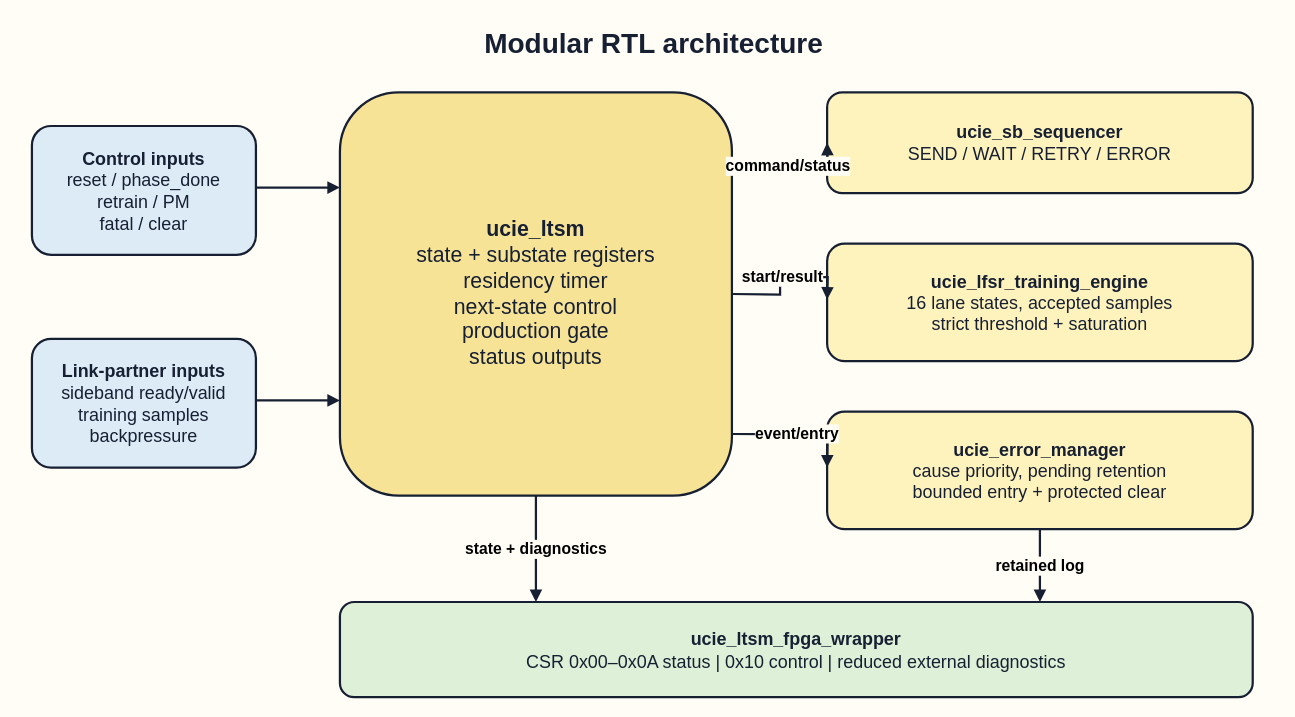
Earlier version of the draw.io diagram journal/figures/source/fig02_rtl_architecture.drawio (Varadain/ucie-ltsm). Source tidied: cells renumbered, new cells numbered last; positions are measured from the earlier drawing's top-left corner, leaving out a move shared by most shapes. Both pictures are drawn from the tidied source at 112%, with x=0, y=0 at pixel (31, 19).
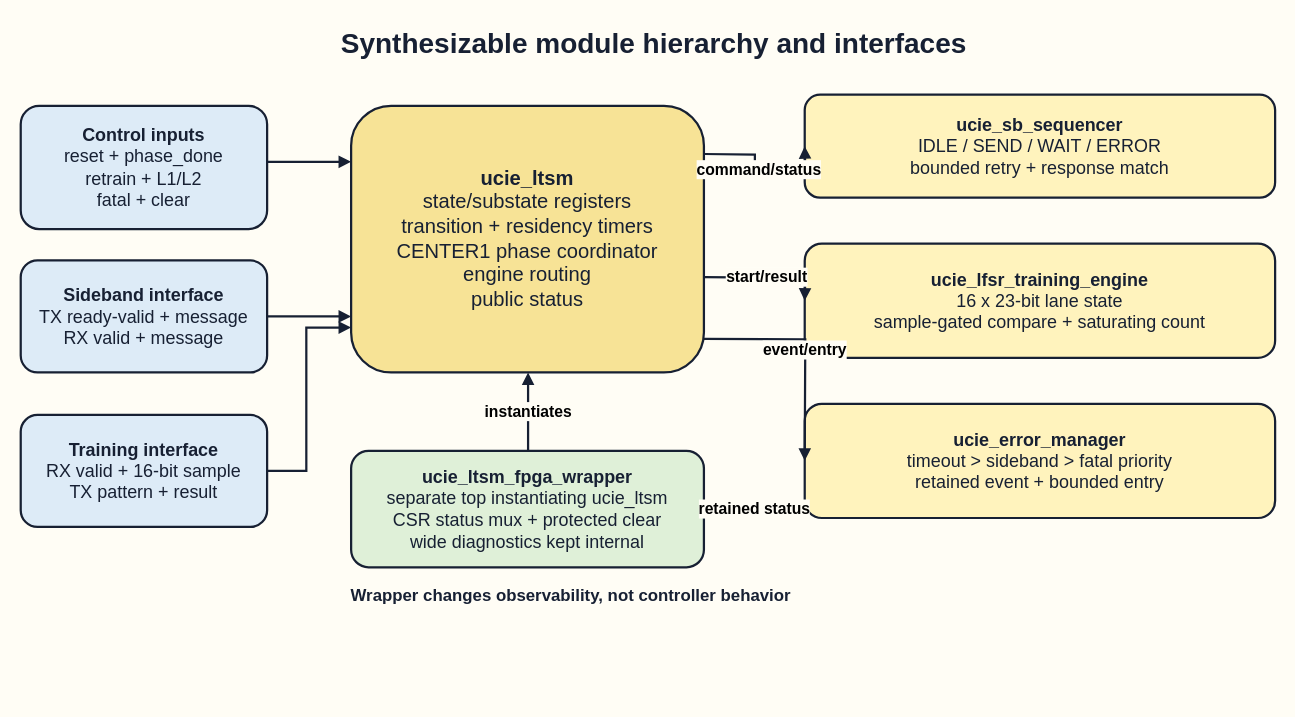
Above is the later version.

What changed in the source:
```diff
@@
-    <mxCell id="2" value="Modular RTL architecture" style="text;html=1;align=center;verticalAlign=middle;fontFamily=Arial;fontSize=25;fontStyle=1;fontColor=#172033;" parent="1" vertex="1">
+    <mxCell id="2" value="Synthesizable module hierarchy and interfaces" style="text;html=1;align=center;verticalAlign=middle;fontFamily=Arial;fontSize=25;fontStyle=1;fontColor=#172033;" parent="1" vertex="1">
       <mxGeometry x="155" width="800" height="40" as="geometry" />
     </mxCell>
-    <mxCell id="3" value="&lt;b&gt;Control inputs&lt;/b&gt;&lt;br&gt;reset / phase_done&lt;br&gt;retrain / PM&lt;br&gt;fatal / clear" style="rounded=1;whiteSpace=wrap;html=1;fillColor=#DDEBF7;strokeColor=#172033;strokeWidth=2;fontFamily=Arial;fontSize=16;fontColor=#172033;dashed=0;spacing=8;" parent="1" vertex="1">
-      <mxGeometry y="95" width="200" height="115" as="geometry" />
+    <mxCell id="3" value="&lt;b&gt;Control inputs&lt;/b&gt;&lt;br&gt;reset + phase_done&lt;br&gt;retrain + L1/L2&lt;br&gt;fatal + clear" style="rounded=1;whiteSpace=wrap;html=1;fillColor=#DDEBF7;strokeColor=#172033;strokeWidth=2;fontFamily=Arial;fontSize=16;fontColor=#172033;dashed=0;spacing=8;" parent="1" vertex="1">
+      <mxGeometry x="-10" y="77" width="220" height="110" as="geometry" />
     </mxCell>
-    <mxCell id="4" value="&lt;b&gt;Link-partner inputs&lt;/b&gt;&lt;br&gt;sideband ready/valid&lt;br&gt;training samples&lt;br&gt;backpressure" style="rounded=1;whiteSpace=wrap;html=1;fillColor=#DDEBF7;strokeColor=#172033;strokeWidth=2;fontFamily=Arial;fontSize=16;fontColor=#172033;dashed=0;spacing=8;" parent="1" vertex="1">
-      <mxGeometry y="285" width="200" height="115" as="geometry" />
+    <mxCell id="4" value="&lt;b&gt;Sideband interface&lt;/b&gt;&lt;br&gt;TX ready-valid + message&lt;br&gt;RX valid + message" style="rounded=1;whiteSpace=wrap;html=1;fillColor=#DDEBF7;strokeColor=#172033;strokeWidth=2;fontFamily=Arial;fontSize=16;fontColor=#172033;dashed=0;spacing=8;" parent="1" vertex="1">
+      <mxGeometry x="-10" y="215" width="220" height="100" as="geometry" />
     </mxCell>
-    <mxCell id="5" value="&lt;b&gt;ucie_ltsm&lt;/b&gt;&lt;br&gt;state + substate registers&lt;br&gt;residency timer&lt;br&gt;next-state control&lt;br&gt;production gate&lt;br&gt;status outputs" style="rounded=1;whiteSpace=wrap;html=1;fillColor=#F7E396;strokeColor=#172033;strokeWidth=2;fontFamily=Arial;fontSize=19;fontColor=#172033;dashed=0;spacing=8;" parent="1" vertex="1">
-      <mxGeometry x="275" y="65" width="350" height="360" as="geometry" />
+    <mxCell id="5" value="&lt;b&gt;Training interface&lt;/b&gt;&lt;br&gt;RX valid + 16-bit sample&lt;br&gt;TX pattern + result" style="rounded=1;whiteSpace=wrap;html=1;fillColor=#DDEBF7;strokeColor=#172033;strokeWidth=2;fontFamily=Arial;fontSize=16;fontColor=#172033;dashed=0;spacing=8;" parent="1" vertex="1">
+      <mxGeometry x="-10" y="353" width="220" height="100" as="geometry" />
     </mxCell>
-    <mxCell id="6" value="&lt;b&gt;ucie_sb_sequencer&lt;/b&gt;&lt;br&gt;SEND / WAIT / RETRY / ERROR" style="rounded=1;whiteSpace=wrap;html=1;fillColor=#FFF3BD;strokeColor=#172033;strokeWidth=2;fontFamily=Arial;fontSize=16;fontColor=#172033;dashed=0;spacing=8;" parent="1" vertex="1">
-      <mxGeometry x="710" y="65" width="380" height="90" as="geometry" />
+    <mxCell id="6" value="&lt;b&gt;ucie_ltsm&lt;/b&gt;&lt;br&gt;state/substate registers&lt;br&gt;transition + residency timers&lt;br&gt;CENTER1 phase coordinator&lt;br&gt;engine routing&lt;br&gt;public status" style="rounded=1;whiteSpace=wrap;html=1;fillColor=#F7E396;strokeColor=#172033;strokeWidth=2;fontFamily=Arial;fontSize=18;fontColor=#172033;dashed=0;spacing=8;" parent="1" vertex="1">
+      <mxGeometry x="285" y="77" width="315" height="238" as="geometry" />
     </mxCell>
-    <mxCell id="7" value="&lt;b&gt;ucie_lfsr_training_engine&lt;/b&gt;&lt;br&gt;16 lane states, accepted samples&lt;br&gt;strict threshold + saturation" style="rounded=1;whiteSpace=wrap;html=1;fillColor=#FFF3BD;strokeColor=#172033;strokeWidth=2;fontFamily=Arial;fontSize=16;fontColor=#172033;dashed=0;spacing=8;" parent="1" vertex="1">
-      <mxGeometry x="710" y="200" width="380" height="105" as="geometry" />
+    <mxCell id="7" value="&lt;b&gt;ucie_sb_sequencer&lt;/b&gt;&lt;br&gt;IDLE / SEND / WAIT / ERROR&lt;br&gt;bounded retry + response match" style="rounded=1;whiteSpace=wrap;html=1;fillColor=#FFF3BD;strokeColor=#172033;strokeWidth=2;fontFamily=Arial;fontSize=16;fontColor=#172033;dashed=0;spacing=8;" parent="1" vertex="1">
+      <mxGeometry x="690" y="67" width="420" height="92" as="geometry" />
     </mxCell>
-    <mxCell id="8" value="&lt;b&gt;ucie_error_manager&lt;/b&gt;&lt;br&gt;cause priority, pending retention&lt;br&gt;bounded entry + protected clear" style="rounded=1;whiteSpace=wrap;html=1;fillColor=#FFF3BD;strokeColor=#172033;strokeWidth=2;fontFamily=Arial;fontSize=16;fontColor=#172033;dashed=0;spacing=8;" parent="1" vertex="1">
-      <mxGeometry x="710" y="350" width="380" height="105" as="geometry" />
+    <mxCell id="8" value="&lt;b&gt;ucie_lfsr_training_engine&lt;/b&gt;&lt;br&gt;16 x 23-bit lane state&lt;br&gt;sample-gated compare + saturating count" style="rounded=1;whiteSpace=wrap;html=1;fillColor=#FFF3BD;strokeColor=#172033;strokeWidth=2;fontFamily=Arial;fontSize=16;fontColor=#172033;dashed=0;spacing=8;" parent="1" vertex="1">
+      <mxGeometry x="690" y="200" width="420" height="102" as="geometry" />
     </mxCell>
-    <mxCell id="9" value="&lt;b&gt;ucie_ltsm_fpga_wrapper&lt;/b&gt;&lt;br&gt;CSR 0x00–0x0A status  |  0x10 control  |  reduced external diagnostics" style="rounded=1;whiteSpace=wrap;html=1;fillColor=#DFF0D8;strokeColor=#172033;strokeWidth=2;fontFamily=Arial;fontSize=16;fontColor=#172033;dashed=0;spacing=8;" parent="1" vertex="1">
-      <mxGeometry x="275" y="520" width="815" height="85" as="geometry" />
+    <mxCell id="9" value="&lt;b&gt;ucie_error_manager&lt;/b&gt;&lt;br&gt;timeout &amp;gt; sideband &amp;gt; fatal priority&lt;br&gt;retained event + bounded entry" style="rounded=1;whiteSpace=wrap;html=1;fillColor=#FFF3BD;strokeColor=#172033;strokeWidth=2;fontFamily=Arial;fontSize=16;fontColor=#172033;dashed=0;spacing=8;" parent="1" vertex="1">
+      <mxGeometry x="690" y="343" width="420" height="102" as="geometry" />
     </mxCell>
+    <mxCell id="17" value="&lt;b&gt;ucie_ltsm_fpga_wrapper&lt;/b&gt;&lt;br&gt;separate top instantiating ucie_ltsm&lt;br&gt;CSR status mux + protected clear&lt;br&gt;wide diagnostics kept internal" style="rounded=1;whiteSpace=wrap;html=1;fillColor=#DFF0D8;strokeColor=#172033;strokeWidth=2;fontFamily=Arial;fontSize=16;fontColor=#172033;dashed=0;spacing=8;" parent="1" vertex="1">
+      <mxGeometry x="285" y="385" width="315" height="104" as="geometry" />
+    </mxCell>
     <mxCell id="10" style="edgeStyle=orthogonalEdgeStyle;rounded=0;orthogonalLoop=1;jettySize=auto;html=1;endArrow=block;endFill=1;strokeWidth=2;strokeColor=#172033;dashed=0;fontFamily=Arial;fontSize=14;fontStyle=1;labelBackgroundColor=#FFFDF5;" parent="1" edge="1">
       <mxGeometry relative="1" as="geometry">
-        <mxPoint x="200" y="150" as="sourcePoint" />
-        <mxPoint x="275" y="150" as="targetPoint" />
+        <mxPoint x="210" y="127" as="sourcePoint" />
+        <mxPoint x="285" y="127" as="targetPoint" />
       </mxGeometry>
     </mxCell>
     <mxCell id="11" style="edgeStyle=orthogonalEdgeStyle;rounded=0;orthogonalLoop=1;jettySize=auto;html=1;endArrow=block;endFill=1;strokeWidth=2;strokeColor=#172033;dashed=0;fontFamily=Arial;fontSize=14;fontStyle=1;labelBackgroundColor=#FFFDF5;" parent="1" edge="1">
       <mxGeometry relative="1" as="geometry">
-        <mxPoint x="200" y="340" as="sourcePoint" />
-        <mxPoint x="275" y="340" as="targetPoint" />
+        <mxPoint x="210" y="265" as="sourcePoint" />
+        <mxPoint x="285" y="265" as="targetPoint" />
       </mxGeometry>
     </mxCell>
-    <mxCell id="12" value="command/status" style="edgeStyle=orthogonalEdgeStyle;rounded=0;orthogonalLoop=1;jettySize=auto;html=1;endArrow=block;endFill=1;strokeWidth=2;strokeColor=#172033;dashed=0;fontFamily=Arial;fontSize=14;fontStyle=1;labelBackgroundColor=#FFFDF5;" parent="1" edge="1">
+    <mxCell id="12" style="edgeStyle=orthogonalEdgeStyle;rounded=0;orthogonalLoop=1;jettySize=auto;html=1;endArrow=block;endFill=1;strokeWidth=2;strokeColor=#172033;dashed=0;fontFamily=Arial;fontSize=14;fontStyle=1;labelBackgroundColor=#FFFDF5;" parent="1" edge="1">
       <mxGeometry relative="1" as="geometry">
-        <mxPoint x="625" y="125" as="sourcePoint" />
-        <mxPoint x="710" y="110" as="targetPoint" />
+        <mxPoint x="210" y="403" as="sourcePoint" />
+        <mxPoint x="285" y="275" as="targetPoint" />
+        <Array as="points">
+          <mxPoint x="245" y="403" />
+          <mxPoint x="245" y="275" />
+        </Array>
       </mxGeometry>
     </mxCell>
-    <mxCell id="13" value="start/result" style="edgeStyle=orthogonalEdgeStyle;rounded=0;orthogonalLoop=1;jettySize=auto;html=1;endArrow=block;endFill=1;strokeWidth=2;strokeColor=#172033;dashed=0;fontFamily=Arial;fontSize=14;fontStyle=1;labelBackgroundColor=#FFFDF5;" parent="1" edge="1">
+    <mxCell id="13" value="command/status" style="edgeStyle=orthogonalEdgeStyle;rounded=0;orthogonalLoop=1;jettySize=auto;html=1;endArrow=block;endFill=1;strokeWidth=2;strokeColor=#172033;dashed=0;fontFamily=Arial;fontSize=14;fontStyle=1;labelBackgroundColor=#FFFDF5;" parent="1" edge="1">
       <mxGeometry relative="1" as="geometry">
-        <mxPoint x="625" y="245" as="sourcePoint" />
-        <mxPoint x="710" y="250" as="targetPoint" />
+        <mxPoint x="600" y="120" as="sourcePoint" />
+        <mxPoint x="690" y="113" as="targetPoint" />
       </mxGeometry>
     </mxCell>
-    <mxCell id="14" value="event/entry" style="edgeStyle=orthogonalEdgeStyle;rounded=0;orthogonalLoop=1;jettySize=auto;html=1;endArrow=block;endFill=1;strokeWidth=2;strokeColor=#172033;dashed=0;fontFamily=Arial;fontSize=14;fontStyle=1;labelBackgroundColor=#FFFDF5;" parent="1" edge="1">
+    <mxCell id="14" value="start/result" style="edgeStyle=orthogonalEdgeStyle;rounded=0;orthogonalLoop=1;jettySize=auto;html=1;endArrow=block;endFill=1;strokeWidth=2;strokeColor=#172033;dashed=0;fontFamily=Arial;fontSize=14;fontStyle=1;labelBackgroundColor=#FFFDF5;" parent="1" edge="1">
       <mxGeometry relative="1" as="geometry">
-        <mxPoint x="625" y="370" as="sourcePoint" />
-        <mxPoint x="710" y="400" as="targetPoint" />
+        <mxPoint x="600" y="230" as="sourcePoint" />
+        <mxPoint x="690" y="251" as="targetPoint" />
       </mxGeometry>
     </mxCell>
-    <mxCell id="15" value="state + diagnostics" style="edgeStyle=orthogonalEdgeStyle;rounded=0;orthogonalLoop=1;jettySize=auto;html=1;endArrow=block;endFill=1;strokeWidth=2;strokeColor=#172033;dashed=0;fontFamily=Arial;fontSize=14;fontStyle=1;labelBackgroundColor=#FFFDF5;" parent="1" edge="1">
+    <mxCell id="15" value="event/entry" style="edgeStyle=orthogonalEdgeStyle;rounded=0;orthogonalLoop=1;jettySize=auto;html=1;endArrow=block;endFill=1;strokeWidth=2;strokeColor=#172033;dashed=0;fontFamily=Arial;fontSize=14;fontStyle=1;labelBackgroundColor=#FFFDF5;" parent="1" edge="1">
       <mxGeometry relative="1" as="geometry">
-        <mxPoint x="450" y="425" as="sourcePoint" />
-        <mxPoint x="450" y="520" as="targetPoint" />
+        <mxPoint x="600" y="285" as="sourcePoint" />
+        <mxPoint x="690" y="394" as="targetPoint" />
       </mxGeometry>
     </mxCell>
-    <mxCell id="16" value="retained log" style="edgeStyle=orthogonalEdgeStyle;rounded=0;orthogonalLoop=1;jettySize=auto;html=1;endArrow=block;endFill=1;strokeWidth=2;strokeColor=#172033;dashed=0;fontFamily=Arial;fontSize=14;fontStyle=1;labelBackgroundColor=#FFFDF5;" parent="1" edge="1">
+    <mxCell id="16" value="instantiates" style="edgeStyle=orthogonalEdgeStyle;rounded=0;orthogonalLoop=1;jettySize=auto;html=1;endArrow=block;endFill=1;strokeWidth=2;strokeColor=#172033;dashed=0;fontFamily=Arial;fontSize=14;fontStyle=1;labelBackgroundColor=#FFFDF5;" parent="1" edge="1">
       <mxGeometry relative="1" as="geometry">
-        <mxPoint x="900" y="455" as="sourcePoint" />
-        <mxPoint x="900" y="520" as="targetPoint" />
+        <mxPoint x="443" y="385" as="sourcePoint" />
+        <mxPoint x="443" y="315" as="targetPoint" />
       </mxGeometry>
     </mxCell>
+    <mxCell id="18" value="retained status" style="edgeStyle=orthogonalEdgeStyle;rounded=0;orthogonalLoop=1;jettySize=auto;html=1;endArrow=block;endFill=1;strokeWidth=2;strokeColor=#172033;dashed=0;fontFamily=Arial;fontSize=14;fontStyle=1;labelBackgroundColor=#FFFDF5;" parent="1" edge="1">
+      <mxGeometry relative="1" as="geometry">
+        <mxPoint x="690" y="437" as="sourcePoint" />
+        <mxPoint x="600" y="437" as="targetPoint" />
+      </mxGeometry>
+    </mxCell>
+    <mxCell id="19" value="Wrapper changes observability, not controller behavior" style="text;html=1;align=left;verticalAlign=middle;fontFamily=Arial;fontSize=15;fontStyle=1;fontColor=#172033;" parent="1" vertex="1">
+      <mxGeometry x="283" y="499" width="700" height="30" as="geometry" />
+    </mxCell>
```
